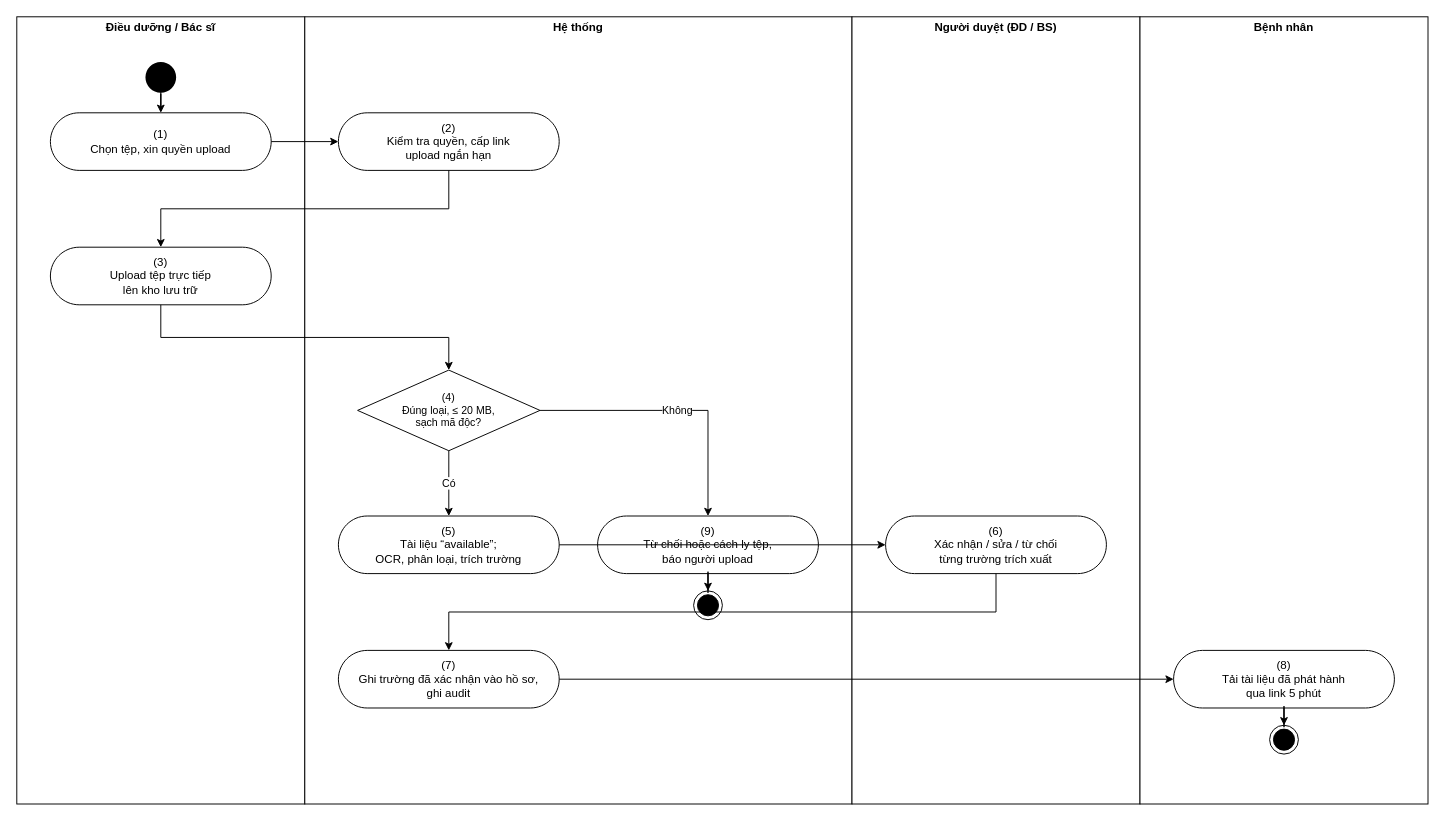
Above: page "Document and data extraction process" (2 of 3) of docs/02-requirements/srs/dist/diagrams/02-workflows.drawio in viethung12062005/smart-hospital-platform (draw.io), before the change. Source tidied: cells renumbered, new cells numbered last; positions are measured from the earlier drawing's top-left corner, leaving out a move shared by most shapes. Both pictures are drawn from the tidied source at 96%, with x=0, y=0 at pixel (16, 16).
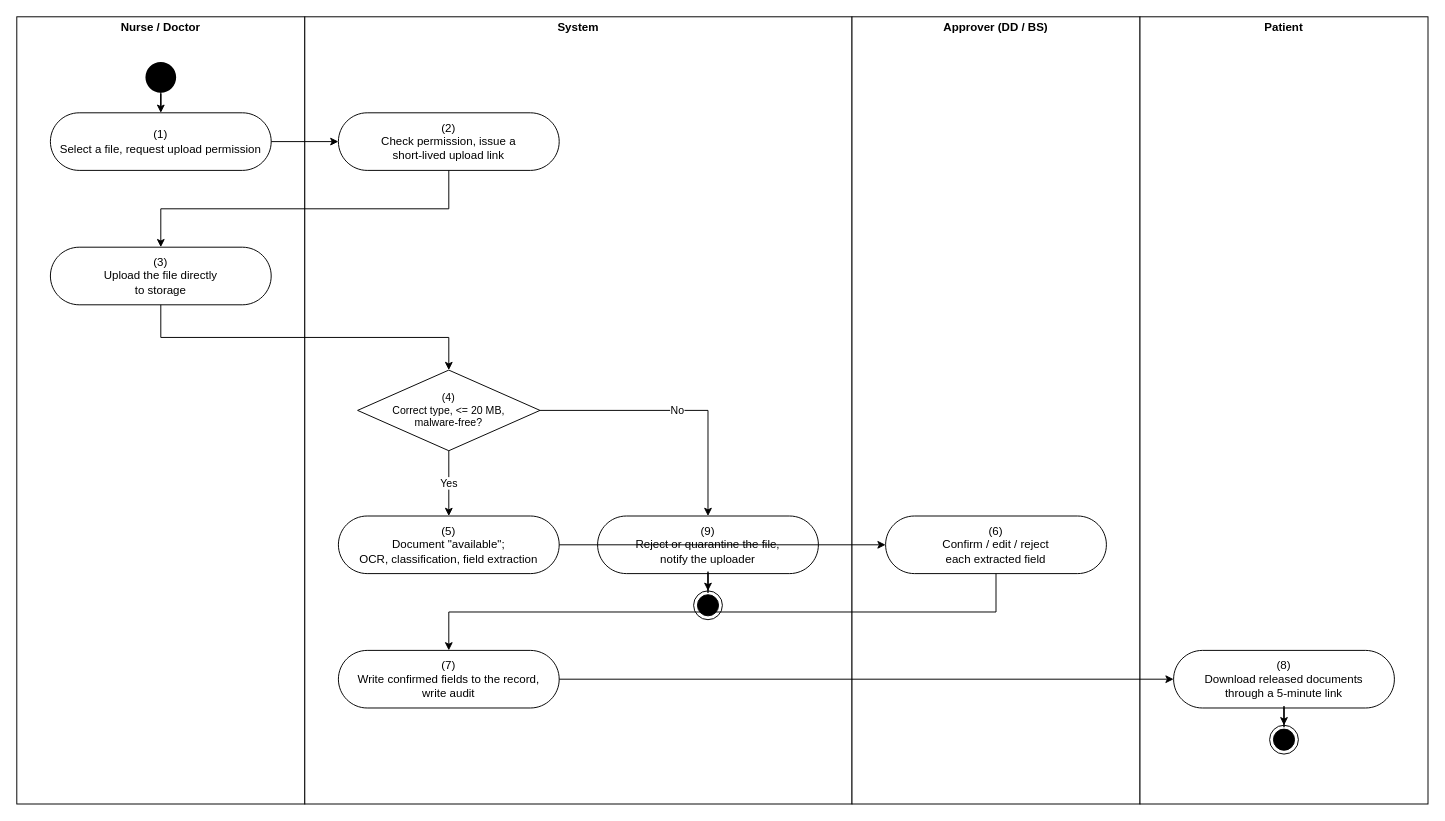
The same page after the edit.

Change to the diagram source:
```diff
@@
-    <mxCell id="2" value="&lt;p style=&quot;margin:0px;margin-top:4px;text-align:center&quot;&gt;&lt;b&gt;Điều dưỡng / Bác sĩ&lt;/b&gt;&lt;/p&gt;" style="verticalAlign=top;align=left;overflow=fill;fontSize=12;fontFamily=Helvetica;html=1;rounded=0;shadow=0;strokeColor=#000000;gradientColor=none;whiteSpace=wrap;" parent="1" vertex="1">
+    <mxCell id="2" value="&lt;p style=&quot;margin:0px;margin-top:4px;text-align:center&quot;&gt;&lt;b&gt;Nurse / Doctor&lt;/b&gt;&lt;/p&gt;" style="verticalAlign=top;align=left;overflow=fill;fontSize=12;fontFamily=Helvetica;html=1;rounded=0;shadow=0;strokeColor=#000000;gradientColor=none;whiteSpace=wrap;" parent="1" vertex="1">
       <mxGeometry width="300" height="820" as="geometry" />
     </mxCell>
-    <mxCell id="3" value="&lt;p style=&quot;margin:0px;margin-top:4px;text-align:center&quot;&gt;&lt;b&gt;Hệ thống&lt;/b&gt;&lt;/p&gt;" style="verticalAlign=top;align=left;overflow=fill;fontSize=12;fontFamily=Helvetica;html=1;rounded=0;shadow=0;strokeColor=#000000;gradientColor=none;whiteSpace=wrap;" parent="1" vertex="1">
+    <mxCell id="3" value="&lt;p style=&quot;margin:0px;margin-top:4px;text-align:center&quot;&gt;&lt;b&gt;System&lt;/b&gt;&lt;/p&gt;" style="verticalAlign=top;align=left;overflow=fill;fontSize=12;fontFamily=Helvetica;html=1;rounded=0;shadow=0;strokeColor=#000000;gradientColor=none;whiteSpace=wrap;" parent="1" vertex="1">
       <mxGeometry x="300" width="570" height="820" as="geometry" />
     </mxCell>
-    <mxCell id="4" value="&lt;p style=&quot;margin:0px;margin-top:4px;text-align:center&quot;&gt;&lt;b&gt;Người duyệt (ĐD / BS)&lt;/b&gt;&lt;/p&gt;" style="verticalAlign=top;align=left;overflow=fill;fontSize=12;fontFamily=Helvetica;html=1;rounded=0;shadow=0;strokeColor=#000000;gradientColor=none;whiteSpace=wrap;" parent="1" vertex="1">
+    <mxCell id="4" value="&lt;p style=&quot;margin:0px;margin-top:4px;text-align:center&quot;&gt;&lt;b&gt;Approver (DD / BS)&lt;/b&gt;&lt;/p&gt;" style="verticalAlign=top;align=left;overflow=fill;fontSize=12;fontFamily=Helvetica;html=1;rounded=0;shadow=0;strokeColor=#000000;gradientColor=none;whiteSpace=wrap;" parent="1" vertex="1">
       <mxGeometry x="870" width="300" height="820" as="geometry" />
     </mxCell>
-    <mxCell id="5" value="&lt;p style=&quot;margin:0px;margin-top:4px;text-align:center&quot;&gt;&lt;b&gt;Bệnh nhân&lt;/b&gt;&lt;/p&gt;" style="verticalAlign=top;align=left;overflow=fill;fontSize=12;fontFamily=Helvetica;html=1;rounded=0;shadow=0;strokeColor=#000000;gradientColor=none;whiteSpace=wrap;" parent="1" vertex="1">
+    <mxCell id="5" value="&lt;p style=&quot;margin:0px;margin-top:4px;text-align:center&quot;&gt;&lt;b&gt;Patient&lt;/b&gt;&lt;/p&gt;" style="verticalAlign=top;align=left;overflow=fill;fontSize=12;fontFamily=Helvetica;html=1;rounded=0;shadow=0;strokeColor=#000000;gradientColor=none;whiteSpace=wrap;" parent="1" vertex="1">
       <mxGeometry x="1170" width="300" height="820" as="geometry" />
     </mxCell>
-    <mxCell id="6" value="(1)&lt;br&gt;Chọn tệp, xin quyền upload" style="html=1;dashed=0;whitespace=wrap;shape=mxgraph.dfd.start;rounded=0;shadow=0;strokeColor=#000000;gradientColor=none;whiteSpace=wrap;fontSize=12;" parent="1" vertex="1">
+    <mxCell id="6" value="(1)&lt;br&gt;Select a file, request upload permission" style="html=1;dashed=0;whitespace=wrap;shape=mxgraph.dfd.start;rounded=0;shadow=0;strokeColor=#000000;gradientColor=none;whiteSpace=wrap;fontSize=12;" parent="1" vertex="1">
       <mxGeometry x="35" y="100" width="230" height="60" as="geometry" />
     </mxCell>
-    <mxCell id="7" value="(2)&lt;br&gt;Kiểm tra quyền, cấp link&lt;br&gt;upload ngắn hạn" style="html=1;dashed=0;whitespace=wrap;shape=mxgraph.dfd.start;rounded=0;shadow=0;strokeColor=#000000;gradientColor=none;whiteSpace=wrap;fontSize=12;" parent="1" vertex="1">
+    <mxCell id="7" value="(2)&lt;br&gt;Check permission, issue a&lt;br&gt;short-lived upload link" style="html=1;dashed=0;whitespace=wrap;shape=mxgraph.dfd.start;rounded=0;shadow=0;strokeColor=#000000;gradientColor=none;whiteSpace=wrap;fontSize=12;" parent="1" vertex="1">
       <mxGeometry x="335" y="100" width="230" height="60" as="geometry" />
     </mxCell>
-    <mxCell id="8" value="(3)&lt;br&gt;Upload tệp trực tiếp&lt;br&gt;lên kho lưu trữ" style="html=1;dashed=0;whitespace=wrap;shape=mxgraph.dfd.start;rounded=0;shadow=0;strokeColor=#000000;gradientColor=none;whiteSpace=wrap;fontSize=12;" parent="1" vertex="1">
+    <mxCell id="8" value="(3)&lt;br&gt;Upload the file directly&lt;br&gt;to storage" style="html=1;dashed=0;whitespace=wrap;shape=mxgraph.dfd.start;rounded=0;shadow=0;strokeColor=#000000;gradientColor=none;whiteSpace=wrap;fontSize=12;" parent="1" vertex="1">
       <mxGeometry x="35" y="240" width="230" height="60" as="geometry" />
     </mxCell>
-    <mxCell id="9" value="(4)&lt;br&gt;Đúng loại, ≤ 20 MB,&lt;br&gt;sạch mã độc?" style="rhombus;html=1;whiteSpace=wrap;strokeColor=#000000;fontSize=11;" parent="1" vertex="1">
+    <mxCell id="9" value="(4)&lt;br&gt;Correct type, &amp;lt;= 20 MB,&lt;br&gt;malware-free?" style="rhombus;html=1;whiteSpace=wrap;strokeColor=#000000;fontSize=11;" parent="1" vertex="1">
       <mxGeometry x="355" y="368" width="190" height="84" as="geometry" />
     </mxCell>
-    <mxCell id="10" value="(5)&lt;br&gt;Tài liệu “available”;&lt;br&gt;OCR, phân loại, trích trường" style="html=1;dashed=0;whitespace=wrap;shape=mxgraph.dfd.start;rounded=0;shadow=0;strokeColor=#000000;gradientColor=none;whiteSpace=wrap;fontSize=12;" parent="1" vertex="1">
+    <mxCell id="10" value="(5)&lt;br&gt;Document &amp;quot;available&amp;quot;;&lt;br&gt;OCR, classification, field extraction" style="html=1;dashed=0;whitespace=wrap;shape=mxgraph.dfd.start;rounded=0;shadow=0;strokeColor=#000000;gradientColor=none;whiteSpace=wrap;fontSize=12;" parent="1" vertex="1">
       <mxGeometry x="335" y="520" width="230" height="60" as="geometry" />
     </mxCell>
-    <mxCell id="11" value="(6)&lt;br&gt;Xác nhận / sửa / từ chối&lt;br&gt;từng trường trích xuất" style="html=1;dashed=0;whitespace=wrap;shape=mxgraph.dfd.start;rounded=0;shadow=0;strokeColor=#000000;gradientColor=none;whiteSpace=wrap;fontSize=12;" parent="1" vertex="1">
+    <mxCell id="11" value="(6)&lt;br&gt;Confirm / edit / reject&lt;br&gt;each extracted field" style="html=1;dashed=0;whitespace=wrap;shape=mxgraph.dfd.start;rounded=0;shadow=0;strokeColor=#000000;gradientColor=none;whiteSpace=wrap;fontSize=12;" parent="1" vertex="1">
       <mxGeometry x="905" y="520" width="230" height="60" as="geometry" />
     </mxCell>
-    <mxCell id="12" value="(7)&lt;br&gt;Ghi trường đã xác nhận vào hồ sơ,&lt;br&gt;ghi audit" style="html=1;dashed=0;whitespace=wrap;shape=mxgraph.dfd.start;rounded=0;shadow=0;strokeColor=#000000;gradientColor=none;whiteSpace=wrap;fontSize=12;" parent="1" vertex="1">
+    <mxCell id="12" value="(7)&lt;br&gt;Write confirmed fields to the record,&lt;br&gt;write audit" style="html=1;dashed=0;whitespace=wrap;shape=mxgraph.dfd.start;rounded=0;shadow=0;strokeColor=#000000;gradientColor=none;whiteSpace=wrap;fontSize=12;" parent="1" vertex="1">
       <mxGeometry x="335" y="660" width="230" height="60" as="geometry" />
     </mxCell>
-    <mxCell id="13" value="(8)&lt;br&gt;Tải tài liệu đã phát hành&lt;br&gt;qua link 5 phút" style="html=1;dashed=0;whitespace=wrap;shape=mxgraph.dfd.start;rounded=0;shadow=0;strokeColor=#000000;gradientColor=none;whiteSpace=wrap;fontSize=12;" parent="1" vertex="1">
+    <mxCell id="13" value="(8)&lt;br&gt;Download released documents&lt;br&gt;through a 5-minute link" style="html=1;dashed=0;whitespace=wrap;shape=mxgraph.dfd.start;rounded=0;shadow=0;strokeColor=#000000;gradientColor=none;whiteSpace=wrap;fontSize=12;" parent="1" vertex="1">
       <mxGeometry x="1205" y="660" width="230" height="60" as="geometry" />
     </mxCell>
-    <mxCell id="14" value="(9)&lt;br&gt;Từ chối hoặc cách ly tệp,&lt;br&gt;báo người upload" style="html=1;dashed=0;whitespace=wrap;shape=mxgraph.dfd.start;rounded=0;shadow=0;strokeColor=#000000;gradientColor=none;whiteSpace=wrap;fontSize=12;" parent="1" vertex="1">
+    <mxCell id="14" value="(9)&lt;br&gt;Reject or quarantine the file,&lt;br&gt;notify the uploader" style="html=1;dashed=0;whitespace=wrap;shape=mxgraph.dfd.start;rounded=0;shadow=0;strokeColor=#000000;gradientColor=none;whiteSpace=wrap;fontSize=12;" parent="1" vertex="1">
       <mxGeometry x="605" y="520" width="230" height="60" as="geometry" />
     </mxCell>
@@
-    <mxCell id="20" value="Có" style="edgeStyle=orthogonalEdgeStyle;rounded=0;jettySize=auto;html=1;exitX=0.5;exitY=1;exitDx=0;exitDy=0;entryX=0.5;entryY=0;entryDx=0;entryDy=0;" parent="1" edge="1" source="9" target="10">
+    <mxCell id="20" value="Yes" style="edgeStyle=orthogonalEdgeStyle;rounded=0;jettySize=auto;html=1;exitX=0.5;exitY=1;exitDx=0;exitDy=0;entryX=0.5;entryY=0;entryDx=0;entryDy=0;" parent="1" edge="1" source="9" target="10">
       <mxGeometry relative="1" as="geometry" />
     </mxCell>
-    <mxCell id="21" value="Không" style="edgeStyle=orthogonalEdgeStyle;rounded=0;jettySize=auto;html=1;exitX=1;exitY=0.5;exitDx=0;exitDy=0;entryX=0.5;entryY=0;entryDx=0;entryDy=0;" parent="1" edge="1" source="9" target="14">
+    <mxCell id="21" value="No" style="edgeStyle=orthogonalEdgeStyle;rounded=0;jettySize=auto;html=1;exitX=1;exitY=0.5;exitDx=0;exitDy=0;entryX=0.5;entryY=0;entryDx=0;entryDy=0;" parent="1" edge="1" source="9" target="14">
       <mxGeometry relative="1" as="geometry" />
     </mxCell>
```
